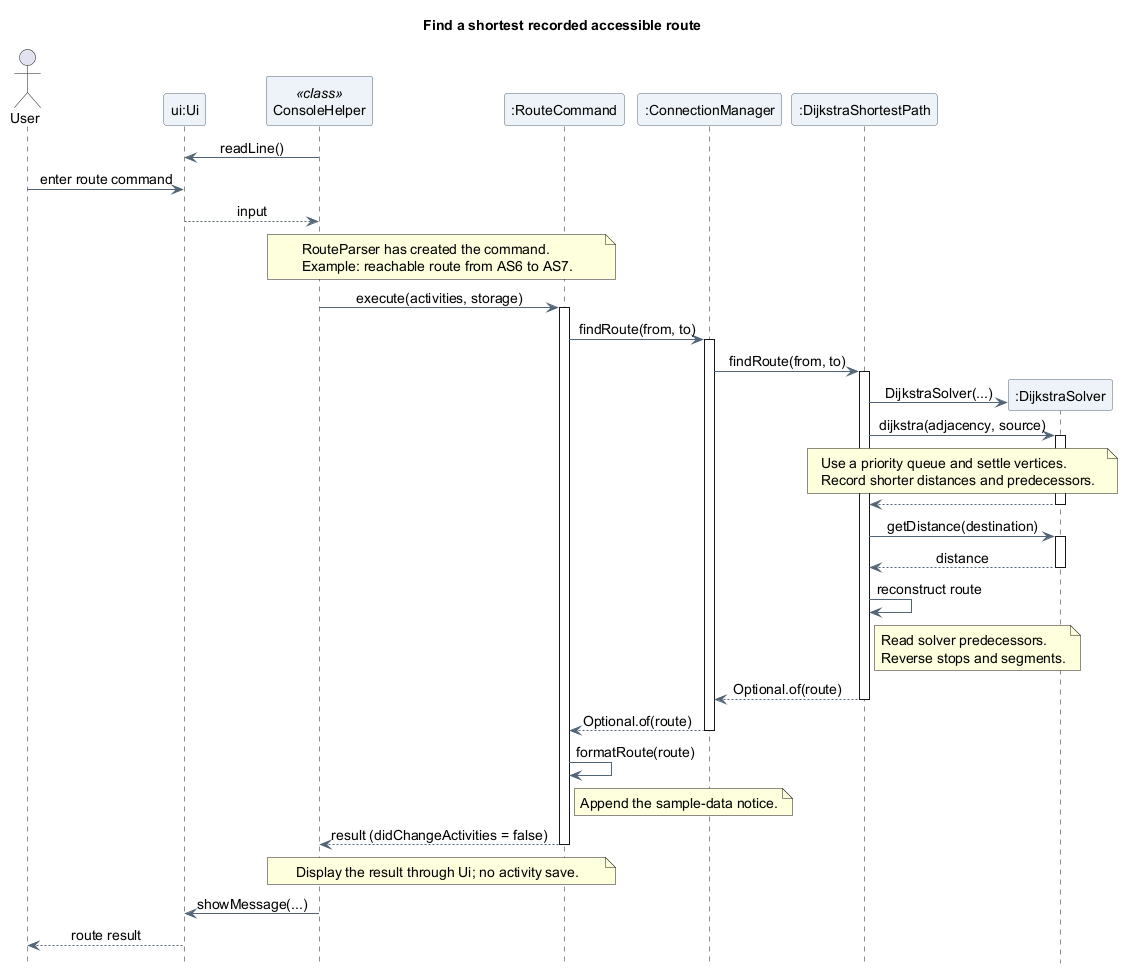
The PlantUML diagram docs/images/luke/sequence/RouteSearchSequence.png in AY2627S1-CS2113-T10-4/tp, before a commit.
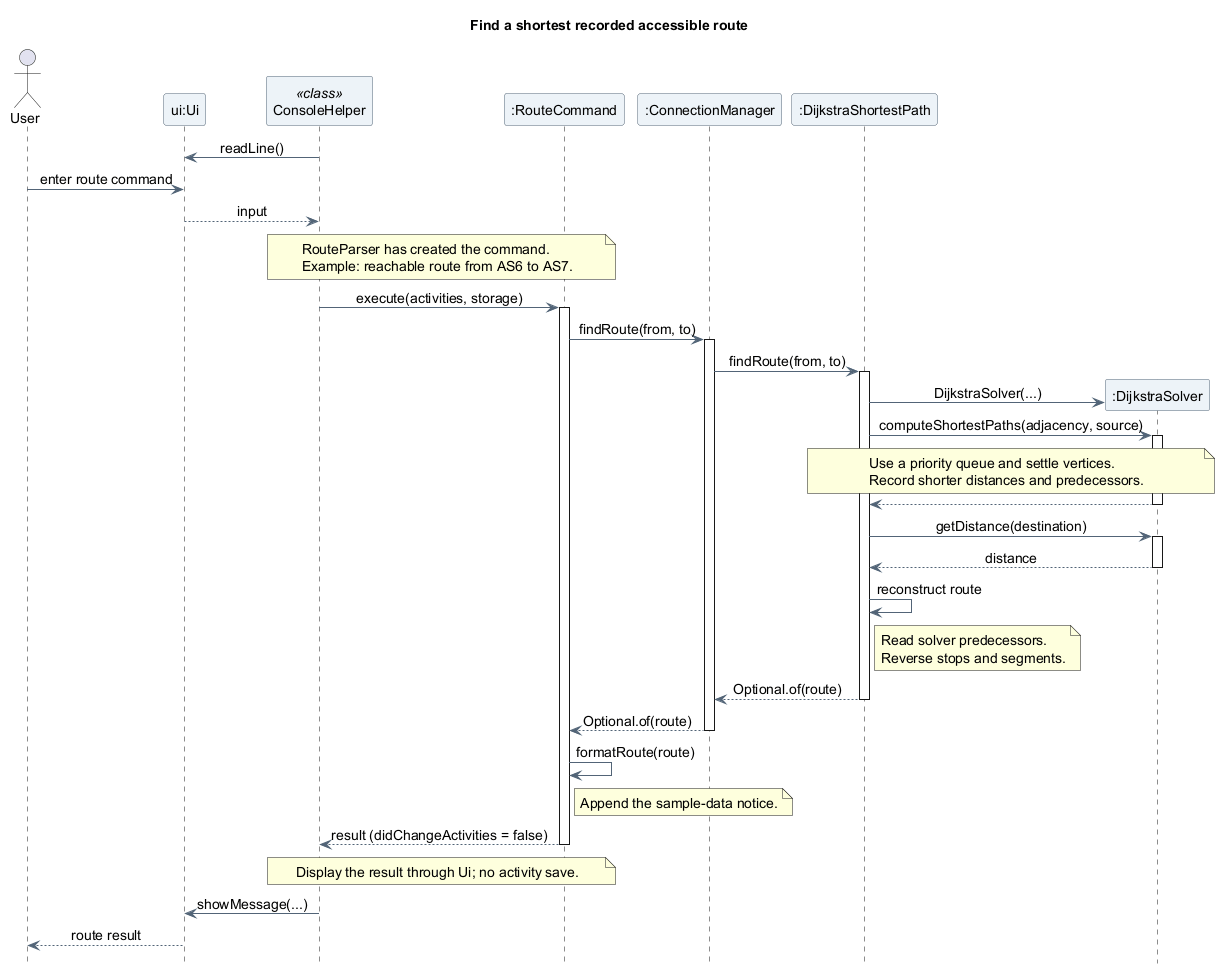
After the change.

What changed in the source:
```diff
@@ -33,7 +33,7 @@
 activate Graph
 create participant ":DijkstraSolver" as Solver
 Graph -> Solver : DijkstraSolver(...)
-Graph -> Solver : dijkstra(adjacency, source)
+Graph -> Solver : computeShortestPaths(adjacency, source)
 activate Solver
 note over Graph, Solver
   Use a priority queue and settle vertices.
```
